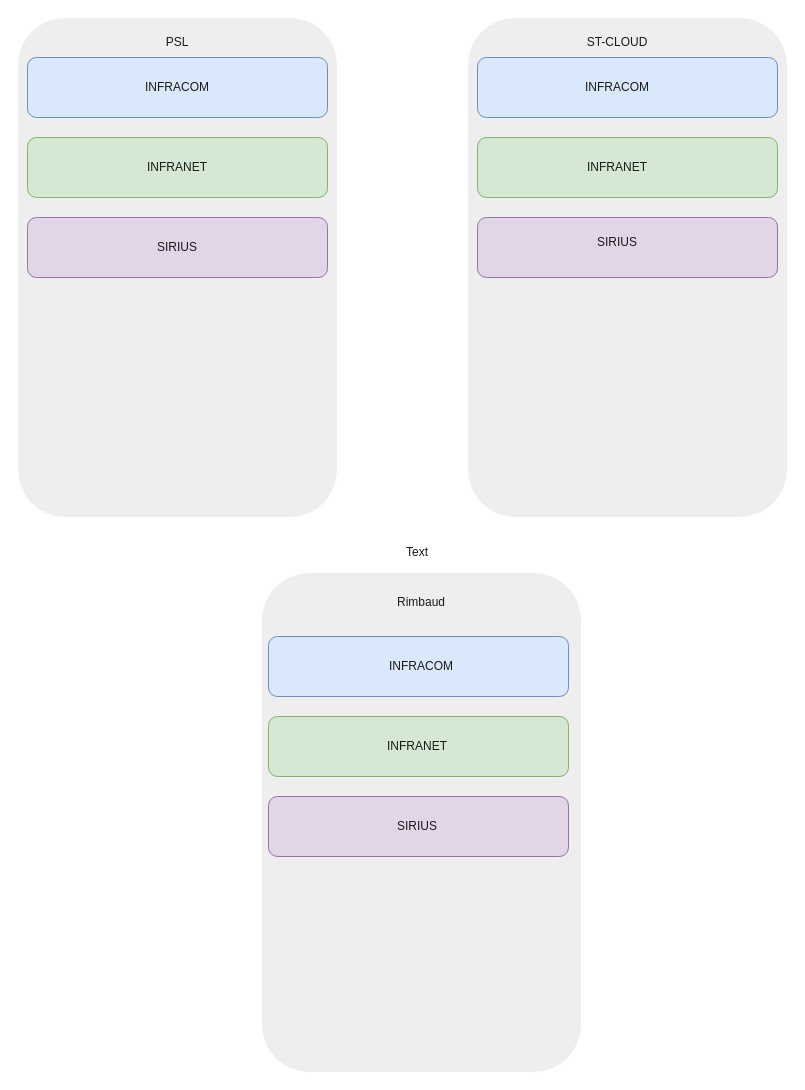
Before: Déménagementnt.drawio in MG-DTU/schemas, a draw.io diagram. Source tidied: cells renumbered, new cells numbered last; positions are measured from the earlier drawing's top-left corner, leaving out a move shared by most shapes. Both pictures are drawn from the tidied source at 100%, with x=0, y=0 at pixel (17, 17).
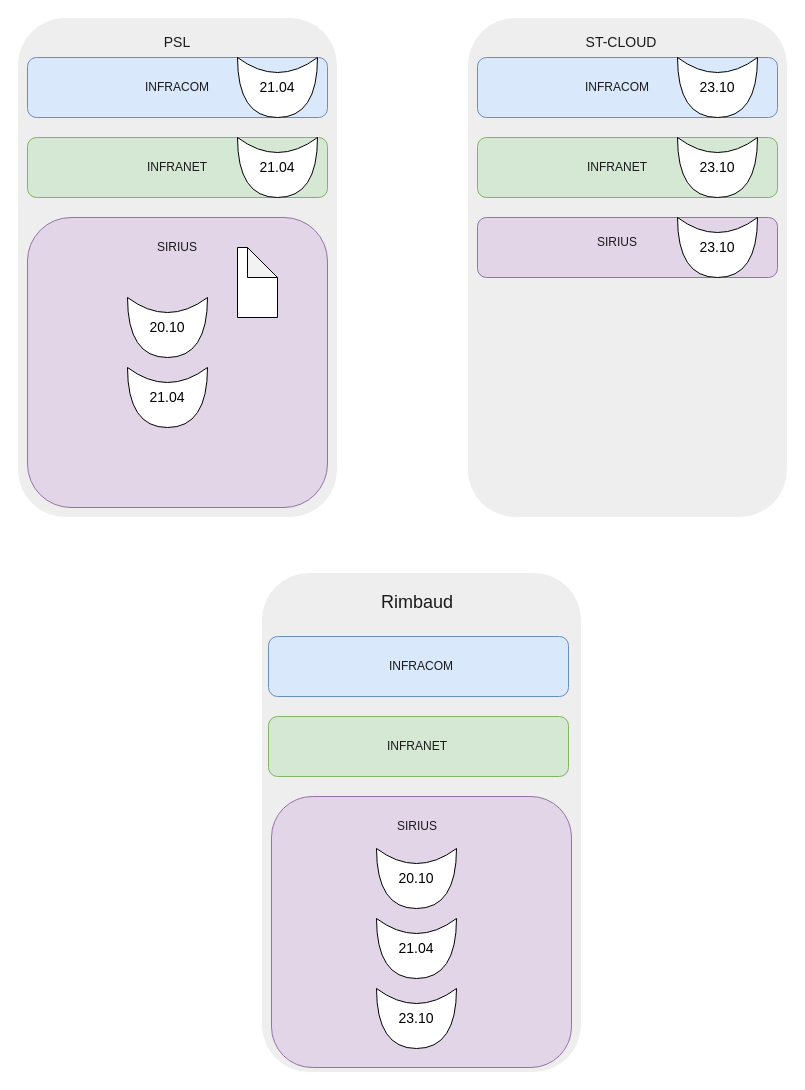
After the change.

Commit message:
Mettre à jour Déménagement.drawio

Change to the diagram source:
```diff
@@
-    <mxCell id="5" value="Rimbaud" style="text;html=1;strokeColor=none;fillColor=none;align=center;verticalAlign=middle;whiteSpace=wrap;rounded=0;labelBackgroundColor=none;fontColor=#1A1A1A;" parent="1" vertex="1">
-      <mxGeometry x="374" y="570" width="60" height="30" as="geometry" />
+    <mxCell id="5" value="&lt;font style=&quot;font-size: 18px;&quot;&gt;Rimbaud&lt;/font&gt;" style="text;html=1;strokeColor=none;fillColor=none;align=center;verticalAlign=middle;whiteSpace=wrap;rounded=0;labelBackgroundColor=none;fontColor=#1A1A1A;" parent="1" vertex="1">
+      <mxGeometry x="370" y="570" width="60" height="30" as="geometry" />
     </mxCell>
-    <mxCell id="6" value="PSL" style="text;html=1;strokeColor=none;fillColor=none;align=center;verticalAlign=middle;whiteSpace=wrap;rounded=0;labelBackgroundColor=none;fontColor=#1A1A1A;" parent="1" vertex="1">
+    <mxCell id="6" value="&lt;font style=&quot;font-size: 14px;&quot;&gt;PSL&lt;/font&gt;" style="text;html=1;strokeColor=none;fillColor=none;align=center;verticalAlign=middle;whiteSpace=wrap;rounded=0;labelBackgroundColor=none;fontColor=#1A1A1A;" parent="1" vertex="1">
       <mxGeometry x="130" y="10" width="60" height="30" as="geometry" />
     </mxCell>
-    <mxCell id="7" value="ST-CLOUD" style="text;html=1;strokeColor=none;fillColor=none;align=center;verticalAlign=middle;whiteSpace=wrap;rounded=0;labelBackgroundColor=none;fontColor=#1A1A1A;" parent="1" vertex="1">
-      <mxGeometry x="560" y="10" width="80" height="30" as="geometry" />
+    <mxCell id="7" value="&lt;font style=&quot;font-size: 14px;&quot;&gt;ST-CLOUD&lt;/font&gt;" style="text;html=1;strokeColor=none;fillColor=none;align=center;verticalAlign=middle;whiteSpace=wrap;rounded=0;labelBackgroundColor=none;fontColor=#1A1A1A;" parent="1" vertex="1">
+      <mxGeometry x="564" y="10" width="80" height="30" as="geometry" />
     </mxCell>
@@
     <mxCell id="10" style="rounded=1;whiteSpace=wrap;html=1;labelBackgroundColor=none;fillColor=#e1d5e7;strokeColor=#9673a6;" parent="1" vertex="1">
-      <mxGeometry x="10" y="200" width="300" height="60" as="geometry" />
+      <mxGeometry x="10" y="200" width="300" height="290" as="geometry" />
     </mxCell>
@@
     <mxCell id="16" style="rounded=1;whiteSpace=wrap;html=1;labelBackgroundColor=none;fillColor=#e1d5e7;strokeColor=#9673a6;" parent="1" vertex="1">
-      <mxGeometry x="251" y="779" width="300" height="60" as="geometry" />
+      <mxGeometry x="254" y="779" width="300" height="271" as="geometry" />
     </mxCell>
-    <mxCell id="17" value="Text" style="text;html=1;strokeColor=none;fillColor=none;align=center;verticalAlign=middle;whiteSpace=wrap;rounded=0;fontColor=#1A1A1A;" parent="1" vertex="1">
-      <mxGeometry x="370" y="520" width="60" height="30" as="geometry" />
-    </mxCell>
@@
+    <mxCell id="27" value="&lt;font style=&quot;font-size: 14px;&quot;&gt;20.10&lt;/font&gt;" style="shape=xor;whiteSpace=wrap;html=1;rotation=0;direction=south;" parent="1" vertex="1">
+      <mxGeometry x="110" y="280" width="80" height="60" as="geometry" />
+    </mxCell>
+    <mxCell id="28" value="&lt;font style=&quot;font-size: 14px;&quot;&gt;21.04&lt;/font&gt;" style="shape=xor;whiteSpace=wrap;html=1;rotation=0;direction=south;" parent="1" vertex="1">
+      <mxGeometry x="110" y="350" width="80" height="60" as="geometry" />
+    </mxCell>
+    <mxCell id="29" value="&lt;font style=&quot;font-size: 14px;&quot;&gt;23.10&lt;/font&gt;" style="shape=xor;whiteSpace=wrap;html=1;rotation=0;direction=south;" parent="1" vertex="1">
+      <mxGeometry x="660" y="120" width="80" height="60" as="geometry" />
+    </mxCell>
+    <mxCell id="30" value="&lt;font style=&quot;font-size: 14px;&quot;&gt;20.10&lt;/font&gt;" style="shape=xor;whiteSpace=wrap;html=1;rotation=0;direction=south;" parent="1" vertex="1">
+      <mxGeometry x="359" y="831" width="80" height="60" as="geometry" />
+    </mxCell>
+    <mxCell id="31" value="&lt;font style=&quot;font-size: 14px;&quot;&gt;21.04&lt;/font&gt;" style="shape=xor;whiteSpace=wrap;html=1;rotation=0;direction=south;" parent="1" vertex="1">
+      <mxGeometry x="359" y="901" width="80" height="60" as="geometry" />
+    </mxCell>
+    <mxCell id="32" value="&lt;font style=&quot;font-size: 14px;&quot;&gt;23.10&lt;/font&gt;" style="shape=xor;whiteSpace=wrap;html=1;rotation=0;direction=south;" parent="1" vertex="1">
+      <mxGeometry x="359" y="971" width="80" height="60" as="geometry" />
+    </mxCell>
+    <mxCell id="33" value="&lt;font style=&quot;font-size: 14px;&quot;&gt;23.10&lt;/font&gt;" style="shape=xor;whiteSpace=wrap;html=1;rotation=0;direction=south;" parent="1" vertex="1">
+      <mxGeometry x="660" y="200" width="80" height="60" as="geometry" />
+    </mxCell>
+    <mxCell id="34" value="&lt;font style=&quot;font-size: 14px;&quot;&gt;23.10&lt;/font&gt;" style="shape=xor;whiteSpace=wrap;html=1;rotation=0;direction=south;" parent="1" vertex="1">
+      <mxGeometry x="660" y="40" width="80" height="60" as="geometry" />
+    </mxCell>
+    <mxCell id="35" value="&lt;font style=&quot;font-size: 14px;&quot;&gt;21.04&lt;/font&gt;" style="shape=xor;whiteSpace=wrap;html=1;rotation=0;direction=south;" parent="1" vertex="1">
+      <mxGeometry x="220" y="120" width="80" height="60" as="geometry" />
+    </mxCell>
+    <mxCell id="36" value="&lt;font style=&quot;font-size: 14px;&quot;&gt;21.04&lt;/font&gt;" style="shape=xor;whiteSpace=wrap;html=1;rotation=0;direction=south;" parent="1" vertex="1">
+      <mxGeometry x="220" y="40" width="80" height="60" as="geometry" />
+    </mxCell>
+    <mxCell id="37" style="shape=note;whiteSpace=wrap;html=1;backgroundOutline=1;darkOpacity=0.05;" parent="1" vertex="1">
+      <mxGeometry x="220" y="230" width="40" height="70" as="geometry" />
+    </mxCell>
```
